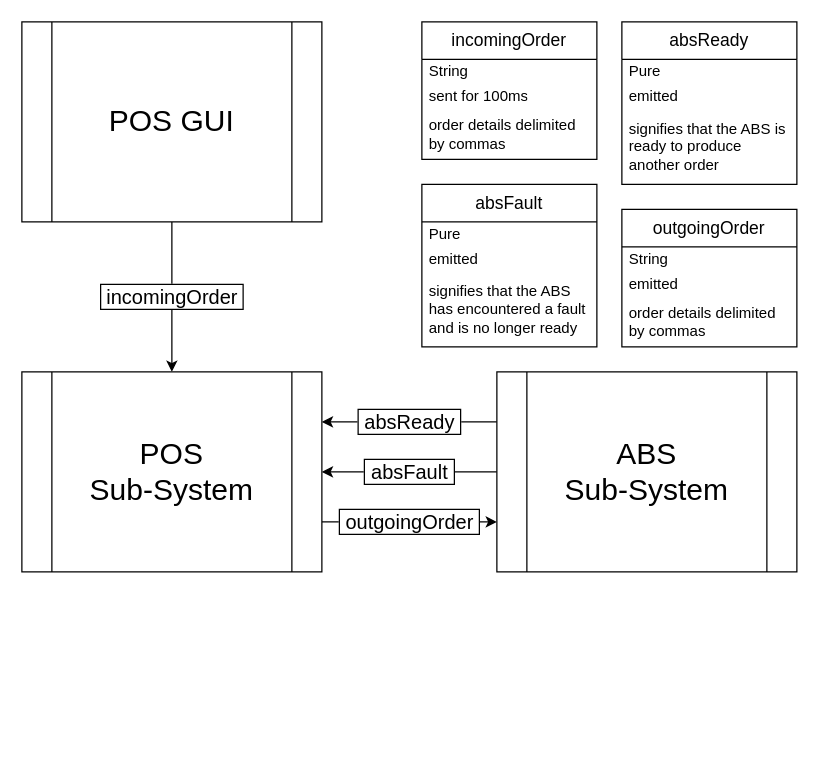
This is page "Page-2" (2 of 2) of Beck_IRP/Diagrams/POS Diagram.drawio from BeckBusch/CS704-Project-1, a draw.io file, before an edit. Source tidied: cells renumbered, new cells numbered last; positions are measured from the earlier drawing's top-left corner, leaving out a move shared by most shapes. Both pictures are drawn from the tidied source at 125%, with x=0, y=0 at pixel (21, 21).
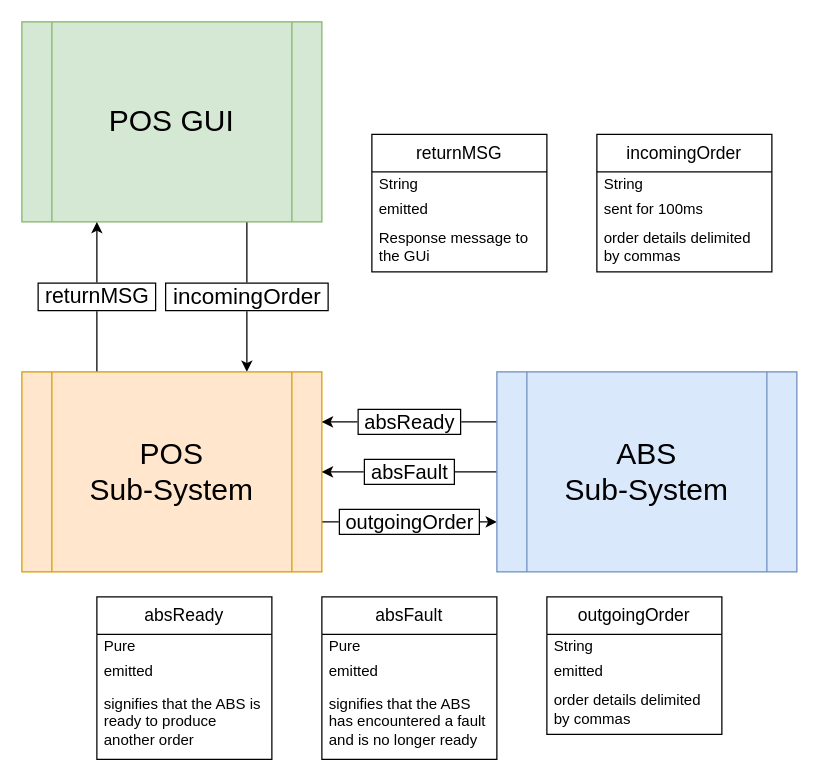
After the change.

Change to the diagram source:
```diff
@@
-    <mxCell id="2" value="&amp;nbsp;incomingOrder&amp;nbsp;" style="edgeStyle=orthogonalEdgeStyle;rounded=0;jettySize=auto;html=1;labelBorderColor=default;fontSize=16;" parent="1" edge="1" source="3" target="5">
+    <mxCell id="2" value="&lt;font style=&quot;font-size: 18px;&quot;&gt;&amp;nbsp;incomingOrder&amp;nbsp;&lt;/font&gt;" style="edgeStyle=orthogonalEdgeStyle;rounded=0;jettySize=auto;html=1;exitX=0.75;exitY=1;exitDx=0;exitDy=0;entryX=0.75;entryY=0;entryDx=0;entryDy=0;labelBorderColor=default;" parent="1" edge="1" source="3" target="5">
       <mxGeometry relative="1" as="geometry" />
     </mxCell>
-    <mxCell id="3" value="&lt;font style=&quot;font-size: 24px;&quot;&gt;POS GUI&lt;/font&gt;" style="shape=process;whiteSpace=wrap;html=1;backgroundOutline=1;" parent="1" vertex="1">
+    <mxCell id="3" value="&lt;font style=&quot;font-size: 24px;&quot;&gt;POS GUI&lt;/font&gt;" style="shape=process;whiteSpace=wrap;html=1;backgroundOutline=1;fillColor=#d5e8d4;strokeColor=#82b366;" parent="1" vertex="1">
       <mxGeometry width="240" height="160" as="geometry" />
     </mxCell>
@@
+    <mxCell id="25" value="&lt;span style=&quot;font-size: 17px;&quot;&gt;&amp;nbsp;returnMSG&amp;nbsp;&lt;/span&gt;" style="edgeStyle=orthogonalEdgeStyle;rounded=0;jettySize=auto;html=1;exitX=0.25;exitY=0;exitDx=0;exitDy=0;entryX=0.25;entryY=1;entryDx=0;entryDy=0;labelBorderColor=default;" parent="1" edge="1" source="5" target="3">
+      <mxGeometry relative="1" as="geometry" />
+    </mxCell>
-    <mxCell id="5" value="&lt;font style=&quot;font-size: 24px;&quot;&gt;POS&lt;br&gt;Sub-System&lt;/font&gt;" style="shape=process;whiteSpace=wrap;html=1;backgroundOutline=1;" parent="1" vertex="1">
+    <mxCell id="5" value="&lt;font style=&quot;font-size: 24px;&quot;&gt;POS&lt;br&gt;Sub-System&lt;/font&gt;" style="shape=process;whiteSpace=wrap;html=1;backgroundOutline=1;fillColor=#ffe6cc;strokeColor=#d79b00;" parent="1" vertex="1">
       <mxGeometry y="280" width="240" height="160" as="geometry" />
     </mxCell>
@@
-    <mxCell id="8" value="&lt;font style=&quot;font-size: 24px;&quot;&gt;ABS&lt;br&gt;Sub-System&lt;br&gt;&lt;/font&gt;" style="shape=process;whiteSpace=wrap;html=1;backgroundOutline=1;" parent="1" vertex="1">
+    <mxCell id="8" value="&lt;font style=&quot;font-size: 24px;&quot;&gt;ABS&lt;br&gt;Sub-System&lt;br&gt;&lt;/font&gt;" style="shape=process;whiteSpace=wrap;html=1;backgroundOutline=1;fillColor=#dae8fc;strokeColor=#6c8ebf;" parent="1" vertex="1">
       <mxGeometry x="380" y="280" width="240" height="160" as="geometry" />
     </mxCell>
     <mxCell id="9" value="incomingOrder" style="swimlane;fontStyle=0;horizontal=1;startSize=30;whiteSpace=wrap;html=1;fontSize=14;" parent="1" vertex="1">
-      <mxGeometry x="320" width="140" height="110" as="geometry" />
+      <mxGeometry x="460" y="90" width="140" height="110" as="geometry" />
     </mxCell>
@@
     <mxCell id="13" value="absReady" style="swimlane;fontStyle=0;horizontal=1;startSize=30;whiteSpace=wrap;html=1;fontSize=14;" parent="1" vertex="1">
-      <mxGeometry x="480" width="140" height="130" as="geometry" />
+      <mxGeometry x="60" y="460" width="140" height="130" as="geometry" />
     </mxCell>
@@
     <mxCell id="17" value="absFault" style="swimlane;fontStyle=0;horizontal=1;startSize=30;whiteSpace=wrap;html=1;fontSize=14;" parent="1" vertex="1">
-      <mxGeometry x="320" y="130" width="140" height="130" as="geometry" />
+      <mxGeometry x="240" y="460" width="140" height="130" as="geometry" />
     </mxCell>
@@
     <mxCell id="21" value="outgoingOrder" style="swimlane;fontStyle=0;horizontal=1;startSize=30;whiteSpace=wrap;html=1;fontSize=14;" parent="1" vertex="1">
-      <mxGeometry x="480" y="150" width="140" height="110" as="geometry" />
+      <mxGeometry x="420" y="460" width="140" height="110" as="geometry" />
     </mxCell>
@@
+    <mxCell id="26" value="returnMSG" style="swimlane;fontStyle=0;horizontal=1;startSize=30;whiteSpace=wrap;html=1;fontSize=14;" parent="1" vertex="1">
+      <mxGeometry x="280" y="90" width="140" height="110" as="geometry" />
+    </mxCell>
+    <mxCell id="27" value="String" style="text;strokeColor=none;fillColor=none;align=left;verticalAlign=middle;spacingLeft=4;spacingRight=4;overflow=hidden;whiteSpace=wrap;html=1;" parent="26" vertex="1">
+      <mxGeometry y="30" width="140" height="20" as="geometry" />
+    </mxCell>
+    <mxCell id="28" value="emitted" style="text;strokeColor=none;fillColor=none;align=left;verticalAlign=middle;spacingLeft=4;spacingRight=4;overflow=hidden;whiteSpace=wrap;html=1;" parent="26" vertex="1">
+      <mxGeometry y="50" width="140" height="20" as="geometry" />
+    </mxCell>
+    <mxCell id="29" value="Response message to the GUi" style="text;strokeColor=none;fillColor=none;align=left;verticalAlign=middle;spacingLeft=4;spacingRight=4;overflow=hidden;whiteSpace=wrap;html=1;" parent="26" vertex="1">
+      <mxGeometry y="70" width="140" height="40" as="geometry" />
+    </mxCell>
```
